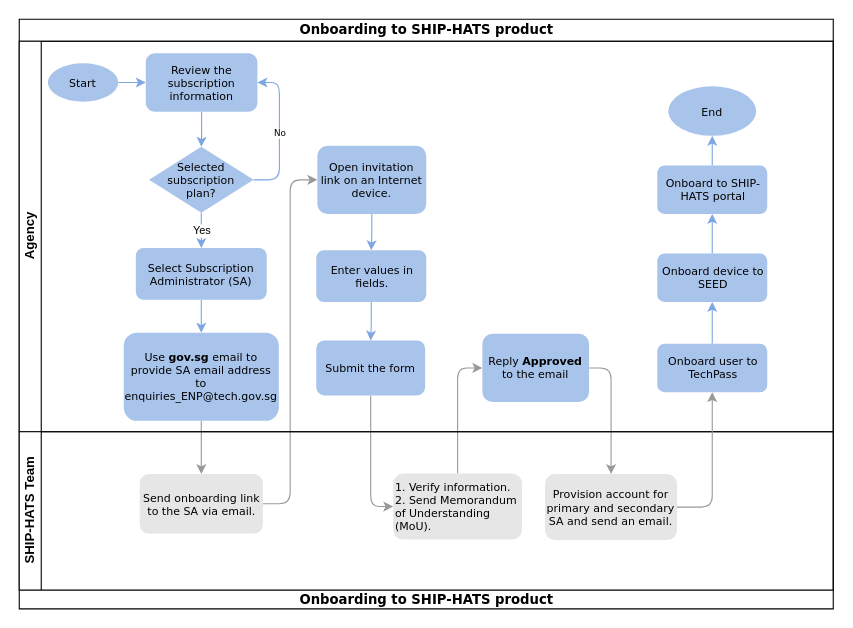
This is images/onboarding-ship-hats.drawio from lixinW/ship-hats-docs, a draw.io file, before an edit. Source tidied: cells renumbered, new cells numbered last; positions are measured from the earlier drawing's top-left corner, leaving out a move shared by most shapes. Both pictures are drawn from the tidied source at 110%, with x=0, y=0 at pixel (19, 19).
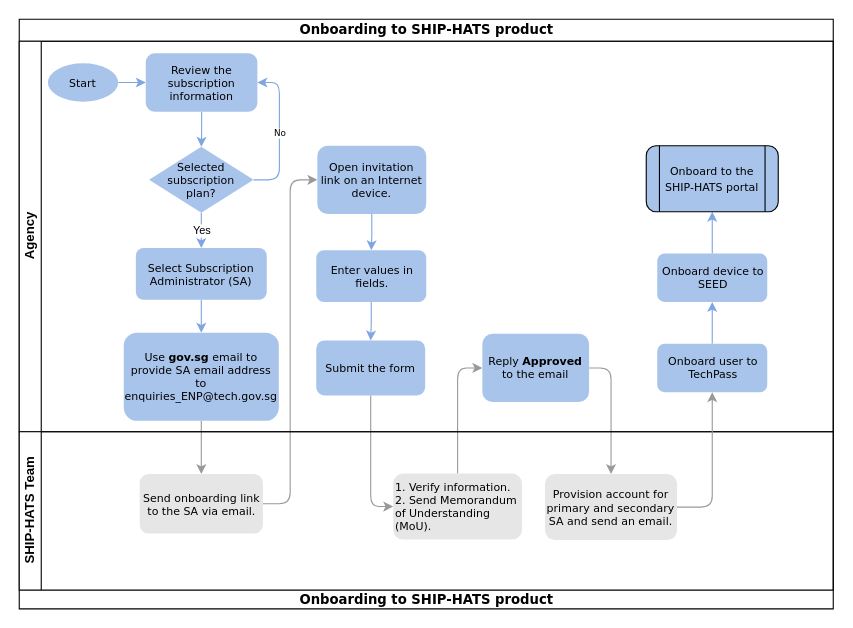
The same page after the edit.

Unchanged cells that the change refers to:
```xml
<mxCell id="8" value="Agency" style="swimlane;html=1;startSize=20;horizontal=0;strokeColor=#000000;" parent="2" vertex="1">
  <mxGeometry y="20" width="740" height="355" as="geometry" />
</mxCell>
<mxCell id="27" value="&lt;div style=&quot;&quot;&gt;&lt;/div&gt;&lt;font style=&quot;font-size: 10px;&quot;&gt;&lt;div style=&quot;text-align: center;&quot;&gt;&lt;span style=&quot;background-color: initial;&quot;&gt;Onboard device to SEED&lt;/span&gt;&lt;/div&gt;&lt;/font&gt;" style="rounded=1;whiteSpace=wrap;html=1;fontFamily=Verdana;fontSize=8;align=left;fillColor=#A9C4EB;strokeColor=none;" parent="8" vertex="1">
  <mxGeometry x="580" y="193" width="100" height="44" as="geometry" />
</mxCell>
```

Diff of the diagram source:
```diff
@@
-    <mxCell id="26" style="edgeStyle=orthogonalEdgeStyle;rounded=1;jettySize=auto;html=1;fontSize=10;fontColor=#000000;strokeColor=#7EA6E0;fillColor=#7EA6E0;" parent="8" edge="1" source="27" target="29">
+    <mxCell id="26" style="edgeStyle=orthogonalEdgeStyle;rounded=1;jettySize=auto;html=1;fontSize=10;fontColor=#000000;strokeColor=#7EA6E0;fillColor=#7EA6E0;entryX=0.5;entryY=1;entryDx=0;entryDy=0;" parent="8" edge="1" source="27" target="39">
       <mxGeometry relative="1" as="geometry" />
     </mxCell>
@@
-    <mxCell id="28" style="edgeStyle=orthogonalEdgeStyle;rounded=1;jettySize=auto;html=1;fontSize=10;fontColor=#000000;strokeColor=#7EA6E0;fillColor=#999999;" parent="8" edge="1" source="29" target="30">
-      <mxGeometry relative="1" as="geometry" />
-    </mxCell>
-    <mxCell id="29" value="&lt;div style=&quot;&quot;&gt;&lt;/div&gt;&lt;font style=&quot;font-size: 10px;&quot;&gt;&lt;div style=&quot;text-align: center;&quot;&gt;&lt;span style=&quot;background-color: initial;&quot;&gt;Onboard to SHIP-HATS portal&lt;/span&gt;&lt;/div&gt;&lt;/font&gt;" style="rounded=1;whiteSpace=wrap;html=1;fontFamily=Verdana;fontSize=8;align=left;fillColor=#A9C4EB;strokeColor=none;" parent="8" vertex="1">
-      <mxGeometry x="580" y="113" width="100" height="44" as="geometry" />
-    </mxCell>
-    <mxCell id="30" value="&lt;font face=&quot;Verdana&quot;&gt;End&lt;/font&gt;" style="ellipse;whiteSpace=wrap;html=1;labelBackgroundColor=none;fontSize=10;fontColor=#000000;strokeColor=none;fillColor=#A9C4EB;" parent="8" vertex="1">
-      <mxGeometry x="590" y="41" width="80" height="45" as="geometry" />
-    </mxCell>
@@
+    <mxCell id="39" value="&lt;font style=&quot;font-size: 10px;&quot; face=&quot;Verdana&quot;&gt;Onboard to the SHIP-HATS portal&lt;/font&gt;" style="shape=process;whiteSpace=wrap;html=1;backgroundOutline=1;fillColor=#A9C4EB;rounded=1;" parent="8" vertex="1">
+      <mxGeometry x="570" y="95" width="120" height="60" as="geometry" />
+    </mxCell>
```
